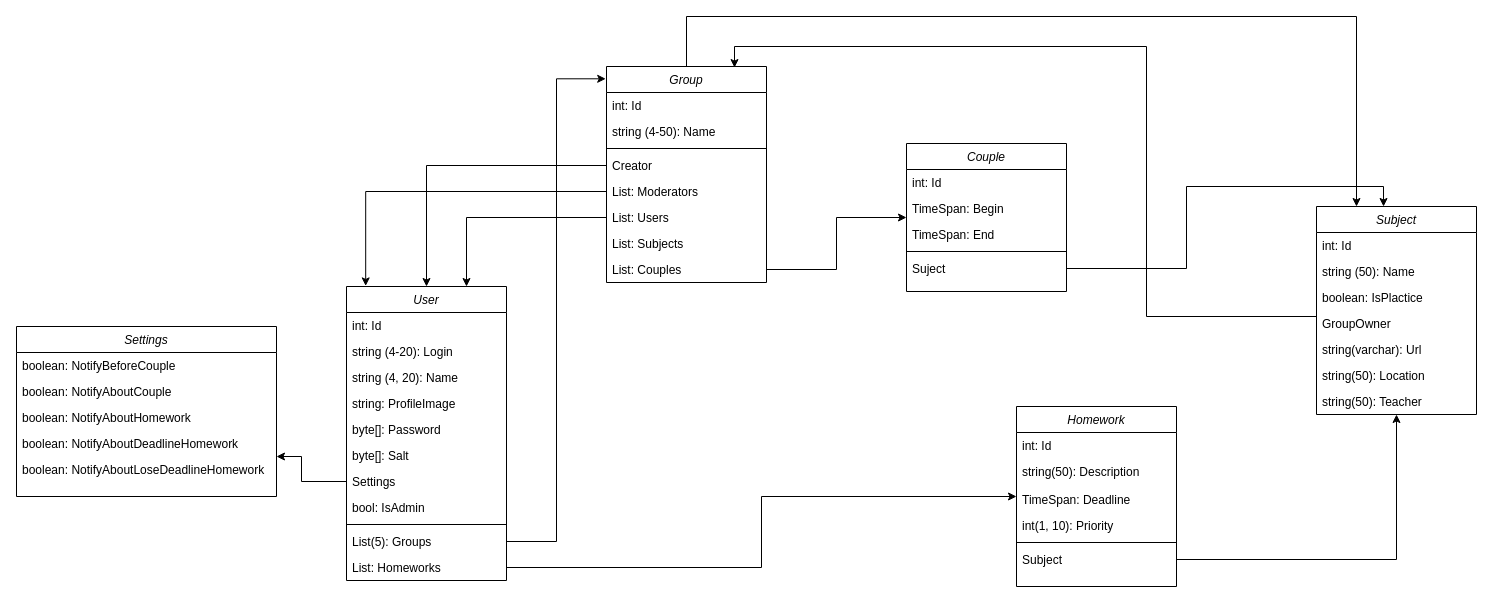
The draw.io diagram page "Models" (1 of 2) of Diagrms/DAL.drawio in eugene-gryn/University-Schelude-ASPnet-API, before the edit. Source tidied: cells renumbered, new cells numbered last; positions are measured from the earlier drawing's top-left corner, leaving out a move shared by most shapes. Both pictures are drawn from the tidied source at 100%, with x=0, y=0 at pixel (16, 16).
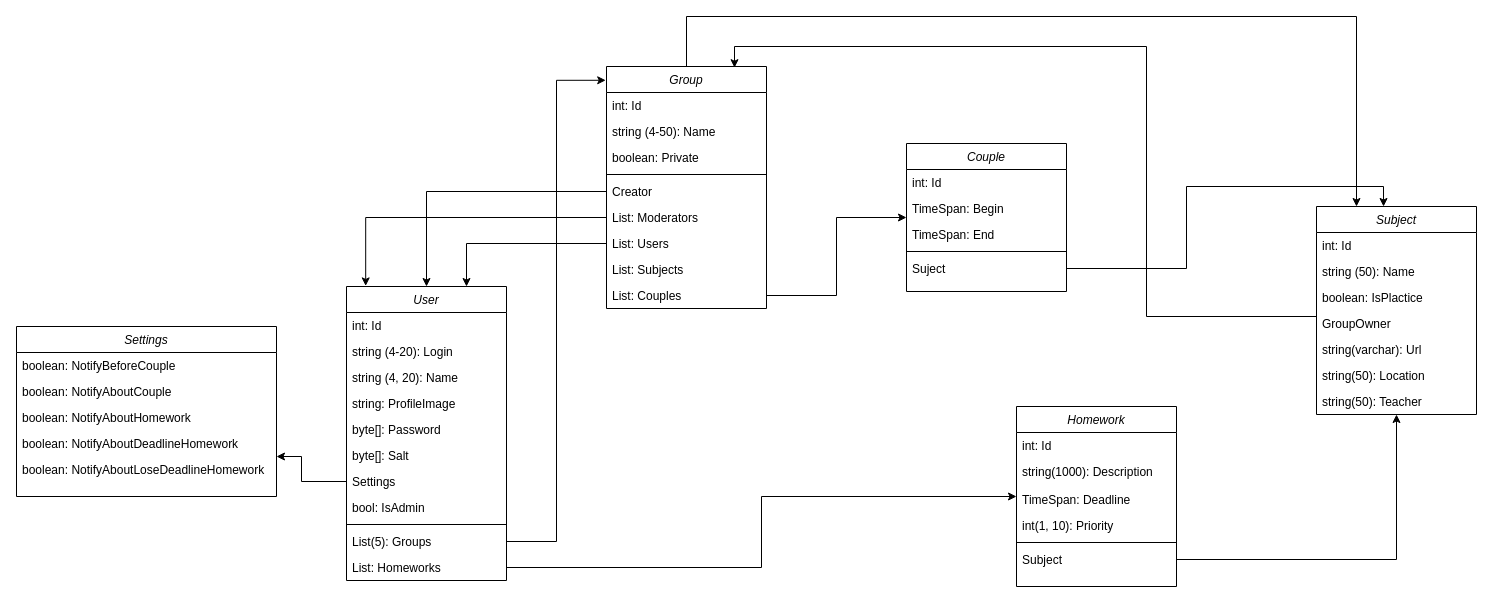
After the change.

Commit message (it also covers changes not shown here):
Changes for entites 1000 symbols for HomeworkTask Bool private group prop

The change refers to these unchanged cells:
```xml
<mxCell id="24" value="Homework" style="swimlane;fontStyle=2;align=center;verticalAlign=top;horizontal=1;startSize=26;rounded=0;shadow=0;strokeWidth=1;" parent="1" vertex="1">
  <mxGeometry x="1000" y="390" width="160" height="180" as="geometry" />
</mxCell>
```

What changed in the source:
```diff
@@
     <mxCell id="14" value="Group" style="swimlane;fontStyle=2;align=center;verticalAlign=top;horizontal=1;startSize=26;rounded=0;shadow=0;strokeWidth=1;" parent="1" vertex="1">
-      <mxGeometry x="590" y="50" width="160" height="216" as="geometry" />
+      <mxGeometry x="590" y="50" width="160" height="242" as="geometry" />
     </mxCell>
@@
+    <mxCell id="61" value="boolean: Private" style="text;align=left;verticalAlign=top;spacingLeft=4;spacingRight=4;overflow=hidden;" parent="14" vertex="1">
+      <mxGeometry y="78" width="160" height="26" as="geometry" />
+    </mxCell>
     <mxCell id="17" style="line;html=1;strokeWidth=1;align=left;verticalAlign=middle;spacingTop=-1;spacingLeft=3;spacingRight=3;labelPosition=right;" parent="14" vertex="1">
-      <mxGeometry y="78" width="160" height="8" as="geometry" />
+      <mxGeometry y="104" width="160" height="8" as="geometry" />
     </mxCell>
     <mxCell id="18" value="Creator" style="text;align=left;verticalAlign=top;spacingLeft=4;spacingRight=4;overflow=hidden;points=[[0,0.5],[1,0.5]];portConstraint=eastwest;" parent="14" vertex="1">
-      <mxGeometry y="86" width="160" height="26" as="geometry" />
+      <mxGeometry y="112" width="160" height="26" as="geometry" />
     </mxCell>
     <mxCell id="19" value="List: Moderators" style="text;align=left;verticalAlign=top;spacingLeft=4;spacingRight=4;overflow=hidden;points=[[0,0.5],[1,0.5]];portConstraint=eastwest;" parent="14" vertex="1">
-      <mxGeometry y="112" width="160" height="26" as="geometry" />
+      <mxGeometry y="138" width="160" height="26" as="geometry" />
     </mxCell>
     <mxCell id="20" value="List: Users" style="text;align=left;verticalAlign=top;spacingLeft=4;spacingRight=4;overflow=hidden;points=[[0,0.5],[1,0.5]];portConstraint=eastwest;" parent="14" vertex="1">
-      <mxGeometry y="138" width="160" height="26" as="geometry" />
+      <mxGeometry y="164" width="160" height="26" as="geometry" />
     </mxCell>
     <mxCell id="21" value="List: Subjects" style="text;align=left;verticalAlign=top;spacingLeft=4;spacingRight=4;overflow=hidden;" parent="14" vertex="1">
-      <mxGeometry y="164" width="160" height="26" as="geometry" />
+      <mxGeometry y="190" width="160" height="26" as="geometry" />
     </mxCell>
     <mxCell id="22" value="List: Couples" style="text;align=left;verticalAlign=top;spacingLeft=4;spacingRight=4;overflow=hidden;points=[[0,0.5],[1,0.5]];portConstraint=eastwest;" parent="14" vertex="1">
-      <mxGeometry y="190" width="160" height="26" as="geometry" />
+      <mxGeometry y="216" width="160" height="26" as="geometry" />
     </mxCell>
@@
-    <mxCell id="26" value="string(50): Description" style="text;align=left;verticalAlign=top;spacingLeft=4;spacingRight=4;overflow=hidden;" parent="24" vertex="1">
+    <mxCell id="26" value="string(1000): Description" style="text;align=left;verticalAlign=top;spacingLeft=4;spacingRight=4;overflow=hidden;" parent="24" vertex="1">
       <mxGeometry y="52" width="160" height="28" as="geometry" />
     </mxCell>
```
